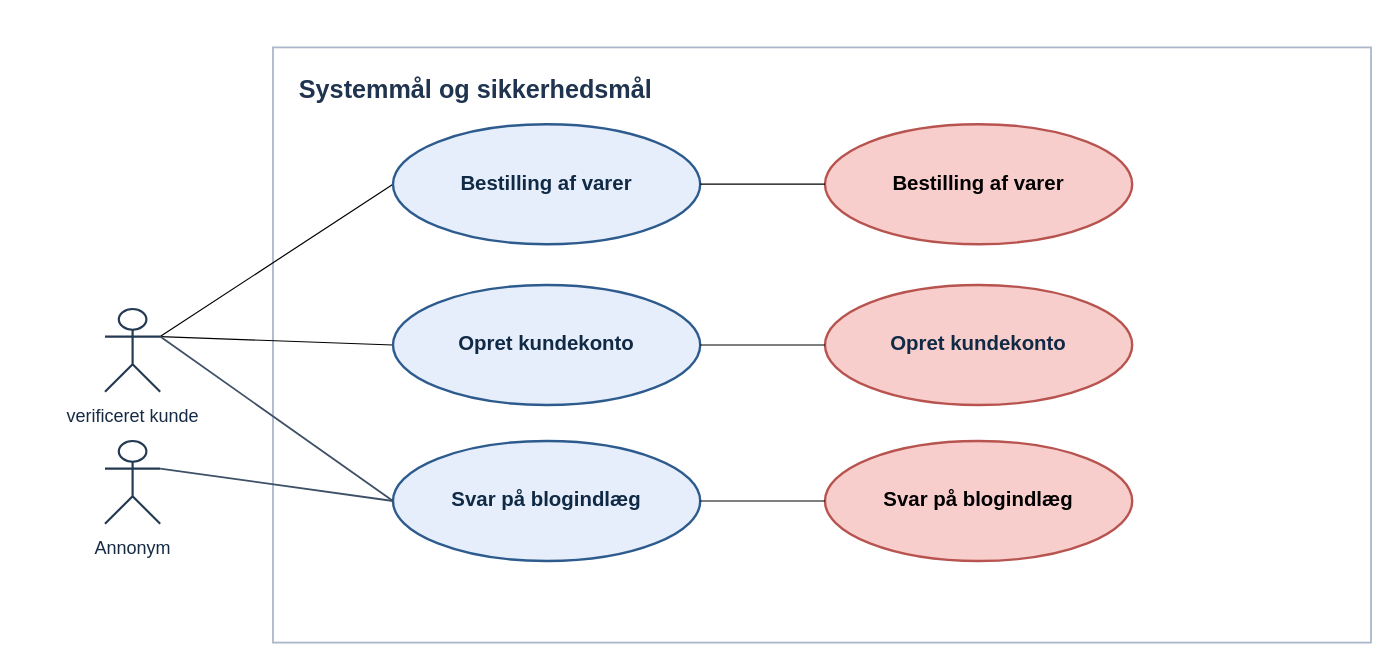
MagnusMadsen/Software_sikkerhed_eksamen keeps this draw.io diagram as dokumenter/Drawio/Systemmål og sikkerhedsmål .drawio. Above is the earlier version. Source tidied: cells renumbered, new cells numbered last; positions are measured from the earlier drawing's top-left corner, leaving out a move shared by most shapes. Both pictures are drawn from the tidied source at 120%, with x=0, y=0 at pixel (104, 47).
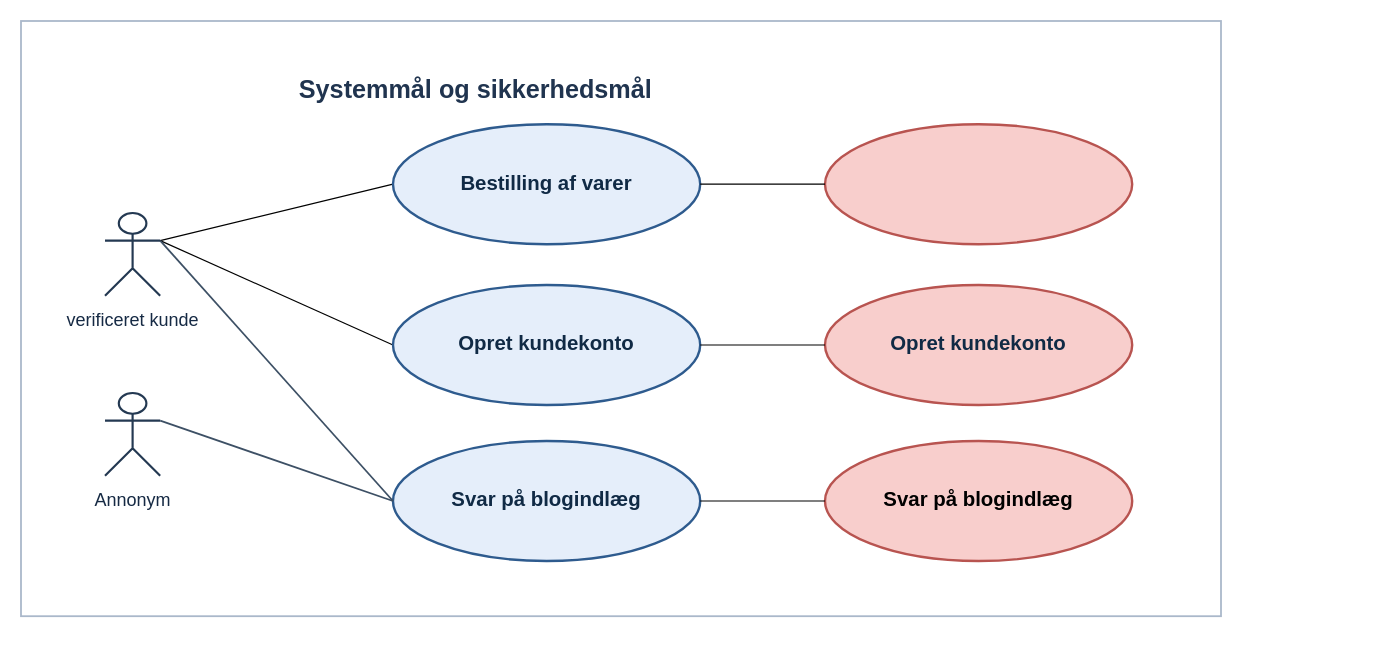
The same diagram, later.

Commit message:
ekstra ændring til brugstilfælde drawio

The edit, as a diff of the source:
```diff
@@
 <mxGraphModel>
   <root>
     <mxCell id="0" />
     <mxCell id="1" parent="0" />
     <mxCell id="2" style="rounded=0;html=1;fillColor=#FFFFFF;strokeColor=#AAB8CA;strokeWidth=1.5;" parent="1" vertex="1">
-      <mxGeometry x="140" width="915" height="496" as="geometry" />
+      <mxGeometry x="-70" y="-22" width="1000" height="496" as="geometry" />
     </mxCell>
     <mxCell id="3" value="Systemmål og sikkerhedsmål&amp;nbsp;" style="text;html=1;strokeColor=none;fillColor=none;align=left;verticalAlign=middle;fontSize=21;fontStyle=1;fontColor=#20344F;" parent="1" vertex="1">
       <mxGeometry x="160" y="18" width="450" height="34" as="geometry" />
     </mxCell>
     <mxCell id="4" style="edgeStyle=none;html=1;exitX=1;exitY=0.3333333333333333;exitDx=0;exitDy=0;exitPerimeter=0;entryX=0;entryY=0.5;entryDx=0;entryDy=0;endArrow=none;endFill=0;" parent="1" edge="1" source="6" target="12">
       <mxGeometry relative="1" as="geometry" />
     </mxCell>
     <mxCell id="5" style="edgeStyle=none;html=1;exitX=1;exitY=0.3333333333333333;exitDx=0;exitDy=0;exitPerimeter=0;entryX=0;entryY=0.5;entryDx=0;entryDy=0;endArrow=none;endFill=0;" parent="1" edge="1" source="6" target="11">
       <mxGeometry relative="1" as="geometry" />
     </mxCell>
     <mxCell id="6" value="verificeret kunde" style="shape=umlActor;html=1;verticalLabelPosition=bottom;verticalAlign=top;spacingTop=5;strokeColor=#243952;strokeWidth=1.8;fontColor=#162A44;fontSize=15;" parent="1" vertex="1">
-      <mxGeometry y="218" width="46" height="69" as="geometry" />
+      <mxGeometry y="138" width="46" height="69" as="geometry" />
     </mxCell>
     <mxCell id="7" value="Annonym" style="shape=umlActor;html=1;verticalLabelPosition=bottom;verticalAlign=top;spacingTop=5;strokeColor=#243952;strokeWidth=1.8;fontColor=#162A44;fontSize=15;" parent="1" vertex="1">
-      <mxGeometry y="328" width="46" height="69" as="geometry" />
+      <mxGeometry y="288" width="46" height="69" as="geometry" />
     </mxCell>
     <mxCell id="8" value="Svar på blogindlæg" style="ellipse;whiteSpace=wrap;html=1;fillColor=#E5EEFA;strokeColor=#2E5B8E;strokeWidth=2;fontColor=#102A45;fontStyle=1;fontSize=17;" parent="1" vertex="1">
       <mxGeometry x="240" y="328" width="256" height="100" as="geometry" />
     </mxCell>
     <mxCell id="9" style="endArrow=none;html=1;strokeColor=#3D5065;strokeWidth=1.5;exitX=1;exitY=0.333333;exitPerimeter=0;entryX=0;entryY=0.5;entryDx=0;entryDy=0;" parent="1" edge="1" source="6" target="8">
       <mxGeometry relative="1" as="geometry" />
     </mxCell>
     <mxCell id="10" style="endArrow=none;html=1;strokeColor=#3D5065;strokeWidth=1.5;exitX=1;exitY=0.333333;exitPerimeter=0;entryX=0;entryY=0.5;entryDx=0;entryDy=0;" parent="1" edge="1" source="7" target="8">
       <mxGeometry relative="1" as="geometry" />
     </mxCell>
     <mxCell id="11" value="Bestilling af varer" style="ellipse;whiteSpace=wrap;html=1;fillColor=#E5EEFA;strokeColor=#2E5B8E;strokeWidth=2;fontColor=#102A45;fontStyle=1;fontSize=17;" parent="1" vertex="1">
       <mxGeometry x="240" y="64" width="256" height="100" as="geometry" />
     </mxCell>
     <mxCell id="12" value="&lt;span style=&quot;color: rgb(16, 42, 69);&quot;&gt;Opret kundekonto&lt;/span&gt;" style="ellipse;whiteSpace=wrap;html=1;fillColor=#E5EEFA;strokeColor=#2E5B8E;strokeWidth=2;fontColor=#102A45;fontStyle=1;fontSize=17;" parent="1" vertex="1">
       <mxGeometry x="240" y="198" width="256" height="100" as="geometry" />
     </mxCell>
     <mxCell id="13" value="Svar på blogindlæg" style="ellipse;whiteSpace=wrap;html=1;fillColor=#f8cecc;strokeColor=#b85450;strokeWidth=2;fontStyle=1;fontSize=17;" parent="1" vertex="1">
       <mxGeometry x="600" y="328" width="256" height="100" as="geometry" />
     </mxCell>
-    <mxCell id="14" value="Bestilling af varer" style="ellipse;whiteSpace=wrap;html=1;fillColor=#f8cecc;strokeColor=#b85450;strokeWidth=2;fontStyle=1;fontSize=17;" parent="1" vertex="1">
+    <mxCell id="14" style="ellipse;whiteSpace=wrap;html=1;fillColor=#f8cecc;strokeColor=#b85450;strokeWidth=2;fontStyle=1;fontSize=17;" parent="1" vertex="1">
       <mxGeometry x="600" y="64" width="256" height="100" as="geometry" />
     </mxCell>
     <mxCell id="15" value="&lt;span style=&quot;color: rgb(16, 42, 69);&quot;&gt;Opret kundekonto&lt;/span&gt;" style="ellipse;whiteSpace=wrap;html=1;fillColor=#f8cecc;strokeColor=#b85450;strokeWidth=2;fontStyle=1;fontSize=17;" parent="1" vertex="1">
       <mxGeometry x="600" y="198" width="256" height="100" as="geometry" />
     </mxCell>
     <mxCell id="16" style="edgeStyle=none;html=1;exitX=1;exitY=0.5;exitDx=0;exitDy=0;entryX=0;entryY=0.5;entryDx=0;entryDy=0;endArrow=none;endFill=0;" parent="1" edge="1" source="11" target="14">
       <mxGeometry relative="1" as="geometry" />
     </mxCell>
     <mxCell id="17" style="edgeStyle=none;html=1;exitX=1;exitY=0.5;exitDx=0;exitDy=0;entryX=0;entryY=0.5;entryDx=0;entryDy=0;endArrow=none;endFill=0;" parent="1" edge="1" source="12" target="15">
       <mxGeometry relative="1" as="geometry" />
     </mxCell>
     <mxCell id="18" style="edgeStyle=none;html=1;exitX=1;exitY=0.5;exitDx=0;exitDy=0;entryX=0;entryY=0.5;entryDx=0;entryDy=0;endArrow=none;endFill=0;" parent="1" edge="1" source="8" target="13">
       <mxGeometry relative="1" as="geometry" />
     </mxCell>
   </root>
 </mxGraphModel>
```
